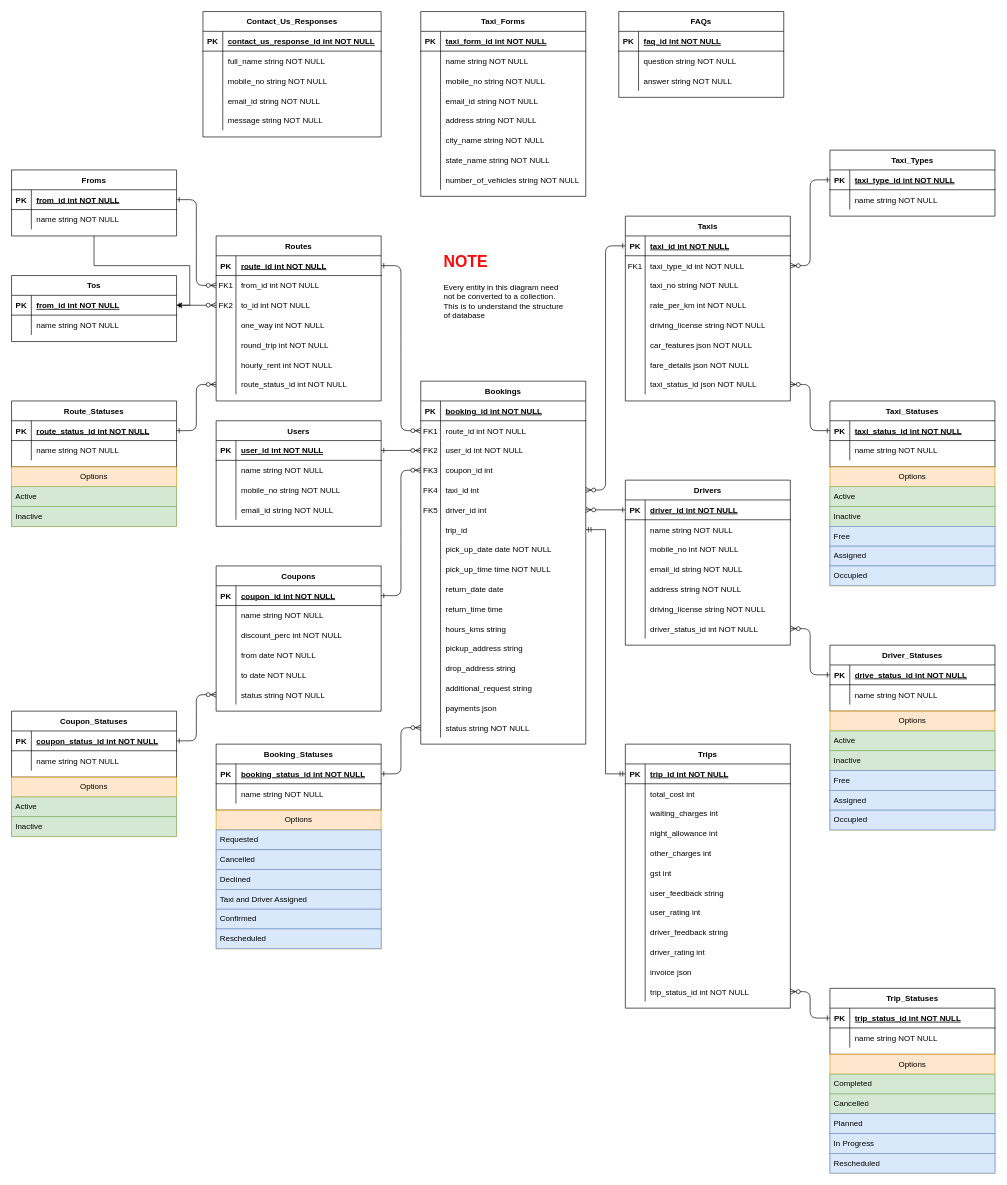
Before: BTCv2.drawio in TechManTejas/BombayTaxiCo_Express_Backend, a draw.io diagram. Source tidied: cells renumbered, new cells numbered last; positions are measured from the earlier drawing's top-left corner, leaving out a move shared by most shapes. Both pictures are drawn from the tidied source at 66%, with x=0, y=0 at pixel (11, 11).
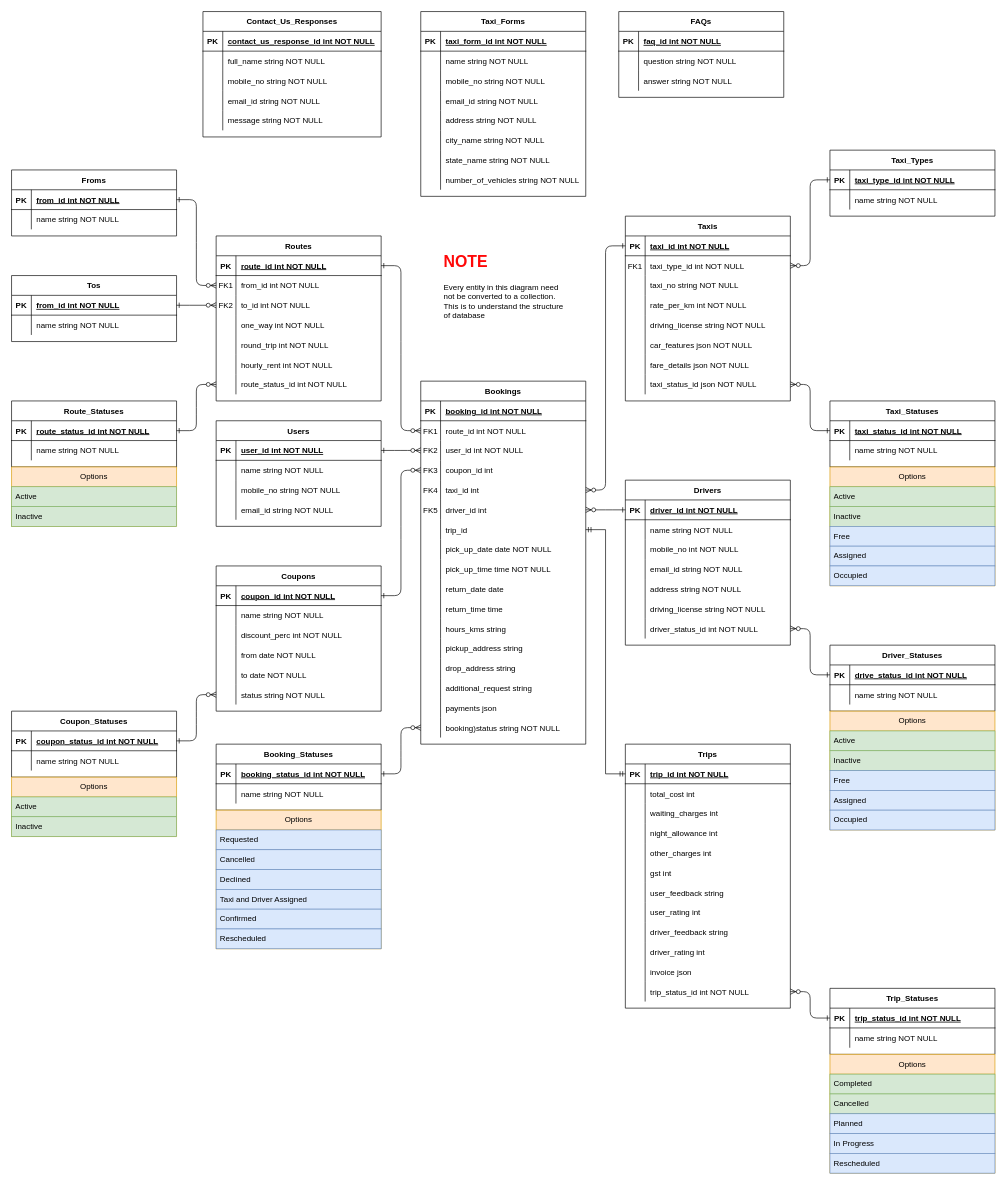
After the change.

Unchanged cells that the change refers to:
```xml
<mxCell id="78" value="Froms" style="shape=table;startSize=30;childLayout=tableLayout;rowLines=0;fontStyle=1;align=center;gradientColor=default;fillColor=none;" parent="1" vertex="1">
  <mxGeometry y="240" width="250" height="100" as="geometry" />
</mxCell>
<mxCell id="86" style="shape=partialRectangle;fillColor=none;points=[[0,0.5],[1,0.5]];portConstraint=eastwest;top=0;left=0;right=0;bottom=1;" parent="85" vertex="1">
  <mxGeometry y="30" width="250" height="30" as="geometry" />
</mxCell>
<mxCell id="164" style="shape=partialRectangle;fillColor=none;points=[[0,0.5],[1,0.5]];portConstraint=eastwest;top=0;left=0;right=0;bottom=0;" parent="115" vertex="1">
  <mxGeometry y="510" width="250" height="30" as="geometry" />
</mxCell>
```

What changed in the source:
```diff
@@
-    <mxCell id="77" style="edgeStyle=orthogonalEdgeStyle;rounded=0;jettySize=auto;html=1;" parent="1" edge="1" source="78" target="86">
-      <mxGeometry relative="1" as="geometry" />
-    </mxCell>
@@
-    <mxCell id="166" value="status string NOT NULL" style="shape=partialRectangle;overflow=hidden;fillColor=none;top=0;left=0;bottom=0;right=0;align=left;spacingLeft=6;" parent="164" vertex="1">
+    <mxCell id="166" value="booking)status string NOT NULL" style="shape=partialRectangle;overflow=hidden;fillColor=none;top=0;left=0;bottom=0;right=0;align=left;spacingLeft=6;" parent="164" vertex="1">
       <mxGeometry x="30" width="220" height="30" as="geometry" />
     </mxCell>
```
